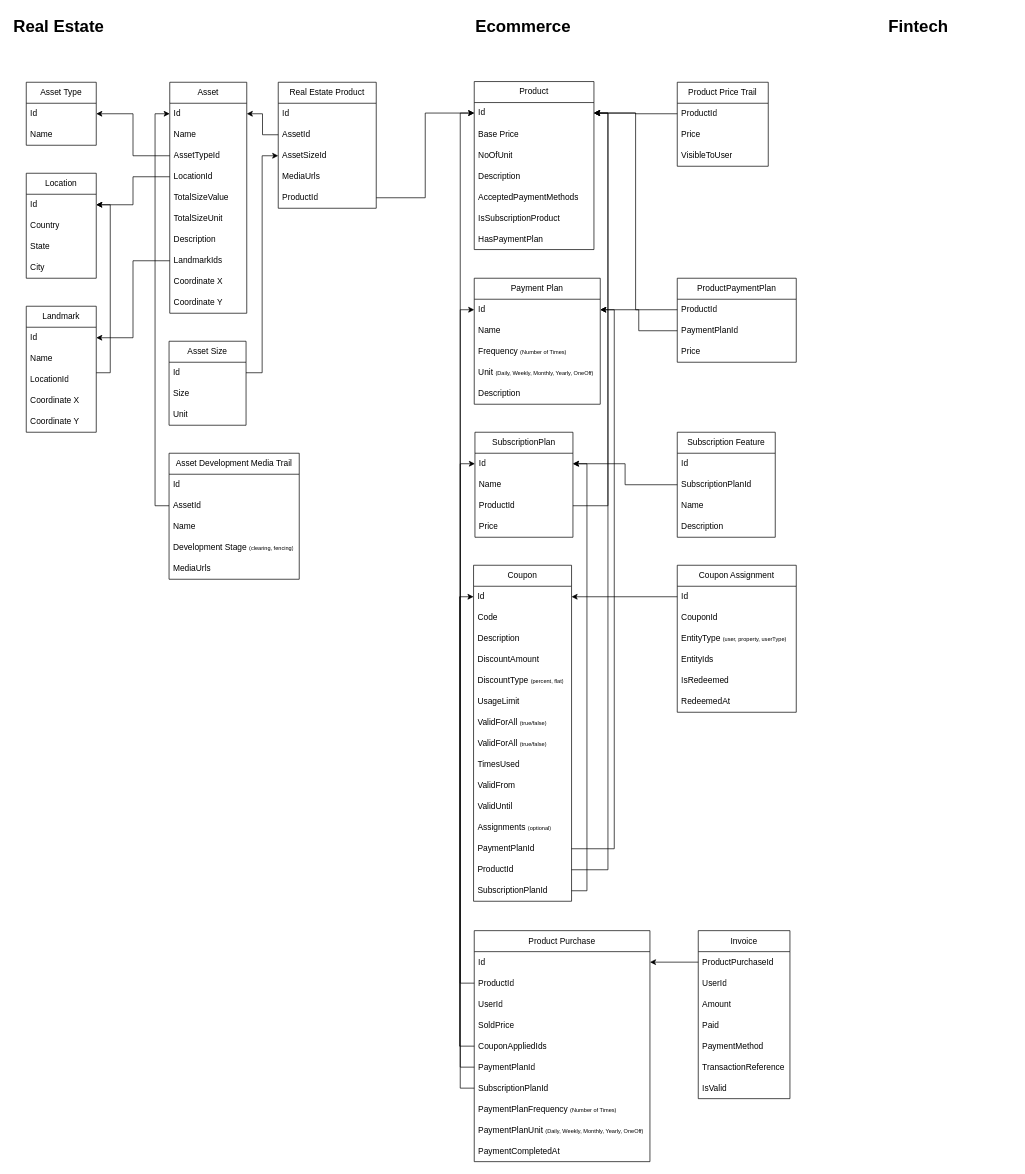
This is sellperty.drawio from isaac-code/diagrams, a draw.io file, before an edit. Source tidied: cells renumbered, new cells numbered last; positions are measured from the earlier drawing's top-left corner, leaving out a move shared by most shapes. Both pictures are drawn from the tidied source at 70%, with x=0, y=0 at pixel (12, 12).
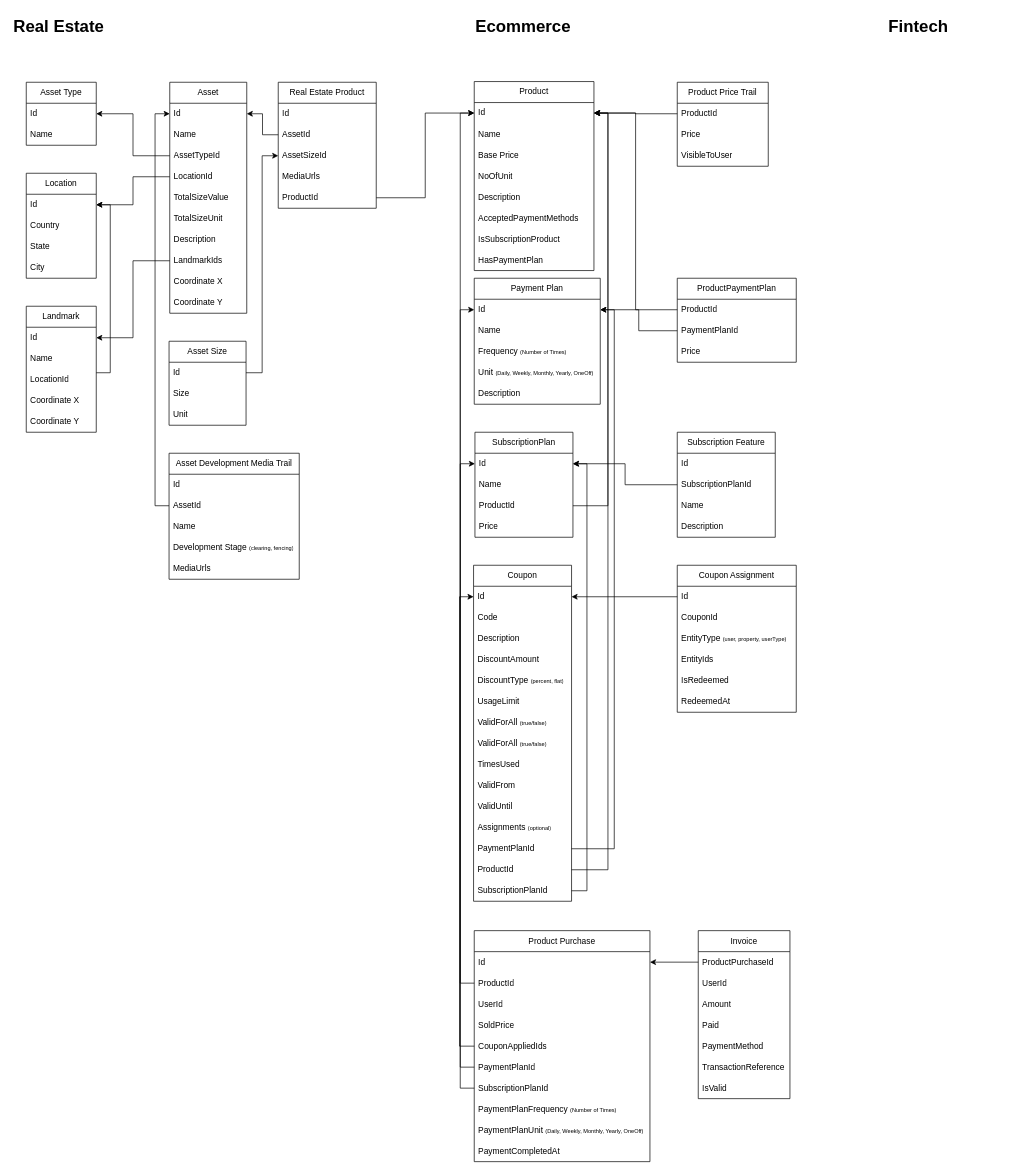
The same page after the edit.

Diff of the diagram source:
```diff
@@
     <mxCell id="31" value="Product" style="swimlane;fontStyle=0;horizontal=1;startSize=30;whiteSpace=wrap;html=1;" parent="1" vertex="1">
-      <mxGeometry x="660" y="99" width="171" height="240" as="geometry" />
+      <mxGeometry x="660" y="99" width="171" height="270" as="geometry" />
     </mxCell>
@@
+    <mxCell id="142" value="Name" style="text;strokeColor=none;fillColor=none;align=left;verticalAlign=middle;spacingLeft=4;spacingRight=4;overflow=hidden;whiteSpace=wrap;html=1;" parent="31" vertex="1">
+      <mxGeometry y="60" width="171" height="30" as="geometry" />
+    </mxCell>
     <mxCell id="33" value="Base Price" style="text;strokeColor=none;fillColor=none;align=left;verticalAlign=middle;spacingLeft=4;spacingRight=4;overflow=hidden;whiteSpace=wrap;html=1;" parent="31" vertex="1">
-      <mxGeometry y="60" width="171" height="30" as="geometry" />
+      <mxGeometry y="90" width="171" height="30" as="geometry" />
     </mxCell>
     <mxCell id="34" value="NoOfUnit" style="text;strokeColor=none;fillColor=none;align=left;verticalAlign=middle;spacingLeft=4;spacingRight=4;overflow=hidden;whiteSpace=wrap;html=1;" parent="31" vertex="1">
-      <mxGeometry y="90" width="171" height="30" as="geometry" />
+      <mxGeometry y="120" width="171" height="30" as="geometry" />
     </mxCell>
     <mxCell id="35" value="Description" style="text;strokeColor=none;fillColor=none;align=left;verticalAlign=middle;spacingLeft=4;spacingRight=4;overflow=hidden;whiteSpace=wrap;html=1;" parent="31" vertex="1">
-      <mxGeometry y="120" width="171" height="30" as="geometry" />
+      <mxGeometry y="150" width="171" height="30" as="geometry" />
     </mxCell>
     <mxCell id="36" value="AcceptedPaymentMethods" style="text;strokeColor=none;fillColor=none;align=left;verticalAlign=middle;spacingLeft=4;spacingRight=4;overflow=hidden;whiteSpace=wrap;html=1;" parent="31" vertex="1">
-      <mxGeometry y="150" width="171" height="30" as="geometry" />
+      <mxGeometry y="180" width="171" height="30" as="geometry" />
     </mxCell>
     <mxCell id="37" value="IsSubscriptionProduct" style="text;strokeColor=none;fillColor=none;align=left;verticalAlign=middle;spacingLeft=4;spacingRight=4;overflow=hidden;whiteSpace=wrap;html=1;" parent="31" vertex="1">
-      <mxGeometry y="180" width="171" height="30" as="geometry" />
+      <mxGeometry y="210" width="171" height="30" as="geometry" />
     </mxCell>
     <mxCell id="38" value="HasPaymentPlan" style="text;strokeColor=none;fillColor=none;align=left;verticalAlign=middle;spacingLeft=4;spacingRight=4;overflow=hidden;whiteSpace=wrap;html=1;" parent="31" vertex="1">
-      <mxGeometry y="210" width="171" height="30" as="geometry" />
+      <mxGeometry y="240" width="171" height="30" as="geometry" />
     </mxCell>
```
